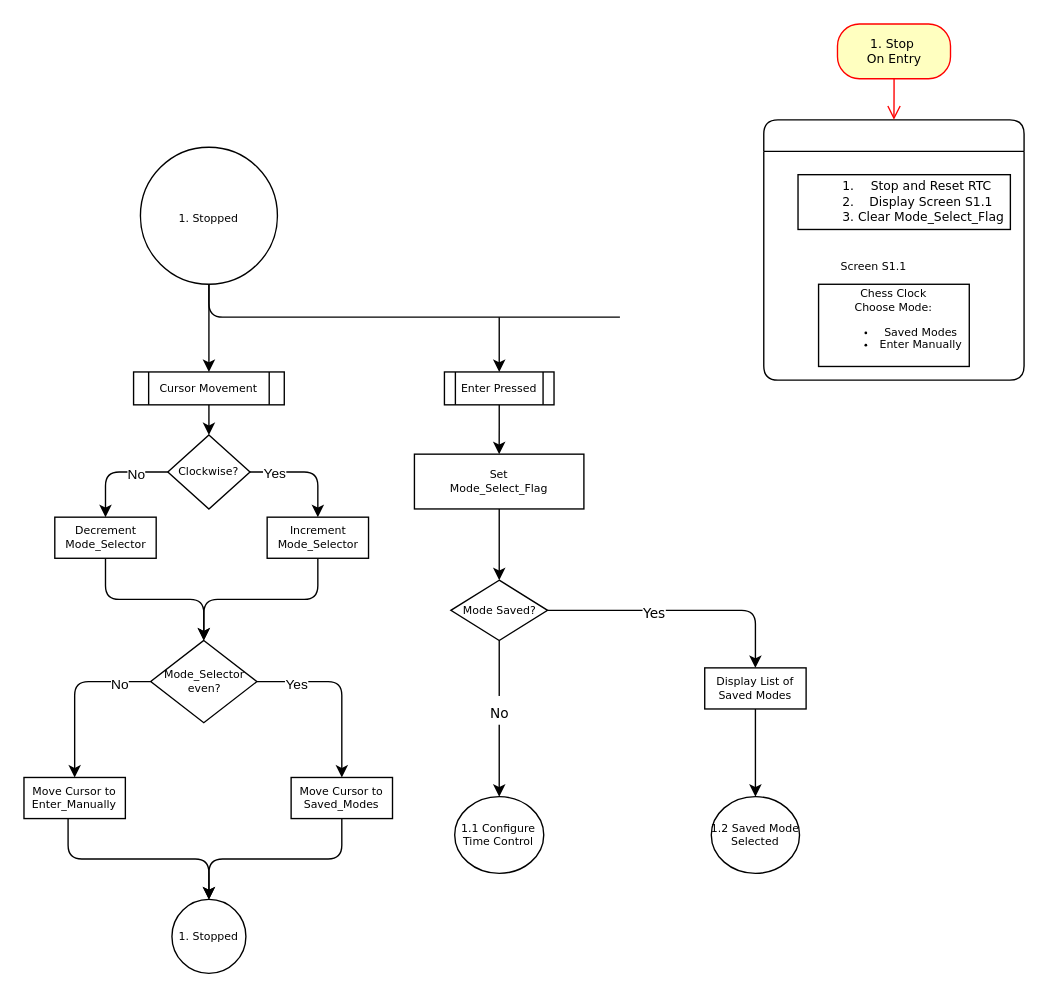
Above: page "1. Stopped" (2 of 6) of Chess Clock State Machine.drawio in Eleish98/Chess-Clock (draw.io), before the change. Source tidied: cells renumbered, new cells numbered last; positions are measured from the earlier drawing's top-left corner, leaving out a move shared by most shapes. Both pictures are drawn from the tidied source at 137%, with x=0, y=0 at pixel (23, 23).
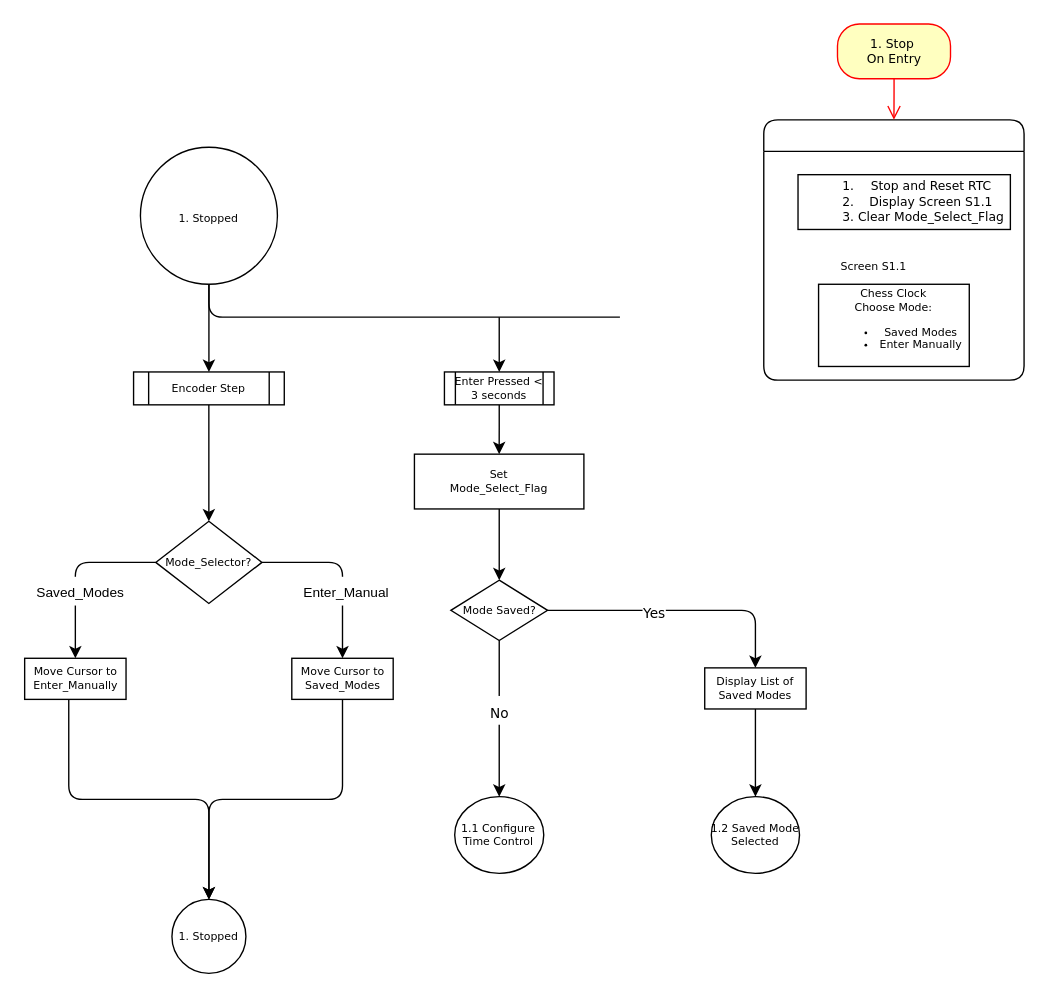
After the change.

The change refers to these unchanged cells:
```xml
<mxCell id="30" style="edgeStyle=orthogonalEdgeStyle;rounded=1;jettySize=auto;html=1;strokeWidth=1;entryX=0.5;entryY=0;entryDx=0;entryDy=0;" parent="1" edge="1" source="34" target="36">
  <mxGeometry relative="1" as="geometry" />
</mxCell>
<mxCell id="32" style="edgeStyle=orthogonalEdgeStyle;rounded=1;jettySize=auto;html=1;strokeWidth=1;entryX=0.5;entryY=0;entryDx=0;entryDy=0;" parent="1" edge="1" source="34" target="38">
  <mxGeometry relative="1" as="geometry" />
</mxCell>
```

Diff of the diagram source:
```diff
@@
-    <mxCell id="5" style="edgeStyle=orthogonalEdgeStyle;rounded=1;jettySize=auto;html=1;strokeWidth=1;" parent="1" edge="1" source="6" target="25">
+    <mxCell id="5" style="edgeStyle=orthogonalEdgeStyle;rounded=1;jettySize=auto;html=1;strokeWidth=1;entryX=0.5;entryY=0;entryDx=0;entryDy=0;" parent="1" edge="1" source="6" target="34">
       <mxGeometry relative="1" as="geometry" />
     </mxCell>
-    <mxCell id="6" value="&lt;font style=&quot;font-size: 8px&quot;&gt;Cursor Movement&lt;/font&gt;" style="shape=process;whiteSpace=wrap;html=1;backgroundOutline=1;fontFamily=Verdana;fontSize=8;rounded=0;spacing=0;" parent="1" vertex="1">
+    <mxCell id="6" value="&lt;font style=&quot;font-size: 8px&quot;&gt;Encoder Step&lt;/font&gt;" style="shape=process;whiteSpace=wrap;html=1;backgroundOutline=1;fontFamily=Verdana;fontSize=8;rounded=0;spacing=0;" parent="1" vertex="1">
       <mxGeometry x="80" y="254" width="110" height="24" as="geometry" />
     </mxCell>
@@
-    <mxCell id="8" value="&lt;font style=&quot;font-size: 8px&quot;&gt;Enter Pressed&lt;/font&gt;" style="shape=process;whiteSpace=wrap;html=1;backgroundOutline=1;fontFamily=Verdana;fontSize=8;rounded=0;spacing=0;" parent="1" vertex="1">
+    <mxCell id="8" value="&lt;font style=&quot;font-size: 8px&quot;&gt;Enter Pressed &amp;lt; 3 seconds&lt;/font&gt;" style="shape=process;whiteSpace=wrap;html=1;backgroundOutline=1;fontFamily=Verdana;fontSize=8;rounded=0;spacing=0;" parent="1" vertex="1">
       <mxGeometry x="306.9" y="254" width="80" height="24" as="geometry" />
     </mxCell>
@@
-    <mxCell id="21" style="edgeStyle=orthogonalEdgeStyle;rounded=1;jettySize=auto;html=1;strokeWidth=1;exitX=0;exitY=0.5;exitDx=0;exitDy=0;" parent="1" edge="1" source="25" target="27">
-      <mxGeometry relative="1" as="geometry" />
-    </mxCell>
-    <mxCell id="22" value="&lt;font style=&quot;font-size: 10px&quot;&gt;No&lt;/font&gt;" style="edgeLabel;html=1;align=center;verticalAlign=middle;fontSize=17;" parent="21" vertex="1">
-      <mxGeometry x="-0.79" y="1" relative="1" as="geometry">
-        <mxPoint x="-16" y="-1" as="offset" />
-      </mxGeometry>
-    </mxCell>
-    <mxCell id="23" style="edgeStyle=orthogonalEdgeStyle;rounded=1;jettySize=auto;html=1;strokeWidth=1;exitX=1;exitY=0.5;exitDx=0;exitDy=0;" parent="1" edge="1" source="25" target="29">
-      <mxGeometry relative="1" as="geometry" />
-    </mxCell>
-    <mxCell id="24" value="&lt;font style=&quot;font-size: 10px&quot;&gt;Yes&lt;/font&gt;" style="edgeLabel;html=1;align=center;verticalAlign=middle;" parent="23" vertex="1">
-      <mxGeometry x="-0.42" y="3" relative="1" as="geometry">
-        <mxPoint x="-7" y="3" as="offset" />
-      </mxGeometry>
-    </mxCell>
-    <mxCell id="25" value="&lt;font style=&quot;font-size: 8px&quot;&gt;Clockwise?&lt;/font&gt;" style="rhombus;whiteSpace=wrap;html=1;fontSize=8;fontFamily=Verdana;rounded=0;spacing=0;" parent="1" vertex="1">
-      <mxGeometry x="105" y="300" width="60" height="54" as="geometry" />
-    </mxCell>
-    <mxCell id="26" style="edgeStyle=orthogonalEdgeStyle;rounded=1;jettySize=auto;html=1;entryX=0.5;entryY=0;entryDx=0;entryDy=0;strokeWidth=1;exitX=0.5;exitY=1;exitDx=0;exitDy=0;" parent="1" edge="1" source="27" target="34">
-      <mxGeometry relative="1" as="geometry">
-        <Array as="points">
-          <mxPoint x="60" y="420" />
-          <mxPoint x="131" y="420" />
-        </Array>
-      </mxGeometry>
-    </mxCell>
-    <mxCell id="27" value="&lt;span&gt;&lt;font style=&quot;font-size: 8px&quot;&gt;Decrement Mode_Selector&lt;/font&gt;&lt;/span&gt;" style="whiteSpace=wrap;html=1;fontSize=8;fontFamily=Verdana;rounded=0;spacing=0;" parent="1" vertex="1">
-      <mxGeometry x="22.5" y="360" width="74" height="30" as="geometry" />
-    </mxCell>
-    <mxCell id="28" style="edgeStyle=orthogonalEdgeStyle;rounded=1;jettySize=auto;html=1;strokeWidth=1;exitX=0.5;exitY=1;exitDx=0;exitDy=0;entryX=0.5;entryY=0;entryDx=0;entryDy=0;" parent="1" edge="1" source="29" target="34">
-      <mxGeometry relative="1" as="geometry">
-        <Array as="points">
-          <mxPoint x="214" y="420" />
-          <mxPoint x="131" y="420" />
-        </Array>
-      </mxGeometry>
-    </mxCell>
-    <mxCell id="29" value="&lt;span&gt;&lt;font style=&quot;font-size: 8px&quot;&gt;Increment Mode_Selector&lt;/font&gt;&lt;/span&gt;" style="whiteSpace=wrap;html=1;fontSize=8;fontFamily=Verdana;rounded=0;align=center;spacing=0;" parent="1" vertex="1">
-      <mxGeometry x="177.5" y="360" width="74" height="30" as="geometry" />
-    </mxCell>
@@
-    <mxCell id="31" value="&lt;font style=&quot;font-size: 10px&quot;&gt;No&lt;/font&gt;" style="edgeLabel;html=1;align=center;verticalAlign=middle;fontSize=17;" parent="30" vertex="1">
+    <mxCell id="31" value="&lt;font style=&quot;font-size: 10px&quot;&gt;Saved_Modes&lt;/font&gt;" style="edgeLabel;html=1;align=center;verticalAlign=middle;fontSize=17;" parent="30" vertex="1">
       <mxGeometry x="-0.63" y="-3" relative="1" as="geometry">
-        <mxPoint y="3" as="offset" />
+        <mxPoint x="-32" y="23" as="offset" />
       </mxGeometry>
     </mxCell>
@@
-    <mxCell id="33" value="&lt;font style=&quot;font-size: 10px&quot;&gt;Yes&lt;/font&gt;" style="edgeLabel;html=1;align=center;verticalAlign=middle;fontSize=17;" parent="32" vertex="1">
+    <mxCell id="33" value="&lt;font style=&quot;font-size: 10px&quot;&gt;Enter_Manual&lt;/font&gt;" style="edgeLabel;html=1;align=center;verticalAlign=middle;fontSize=17;" parent="32" vertex="1">
       <mxGeometry x="-0.2" relative="1" as="geometry">
-        <mxPoint x="-25" as="offset" />
+        <mxPoint x="9" y="20" as="offset" />
       </mxGeometry>
     </mxCell>
-    <mxCell id="34" value="&lt;font style=&quot;font-size: 8px&quot;&gt;Mode_Selector even?&lt;/font&gt;" style="rhombus;whiteSpace=wrap;html=1;fontSize=8;fontFamily=Verdana;rounded=0;spacing=0;" parent="1" vertex="1">
-      <mxGeometry x="92.5" y="450" width="77.5" height="60" as="geometry" />
+    <mxCell id="34" value="&lt;font style=&quot;font-size: 8px&quot;&gt;Mode_Selector?&lt;/font&gt;" style="rhombus;whiteSpace=wrap;html=1;fontSize=8;fontFamily=Verdana;rounded=0;spacing=0;" parent="1" vertex="1">
+      <mxGeometry x="96.2" y="363" width="77.5" height="60" as="geometry" />
     </mxCell>
@@
     <mxCell id="36" value="&lt;font style=&quot;font-size: 8px&quot;&gt;Move Cursor to&lt;br&gt;Enter_Manually&lt;/font&gt;" style="whiteSpace=wrap;html=1;fontSize=8;fontFamily=Verdana;rounded=0;spacing=0;" parent="1" vertex="1">
-      <mxGeometry y="550" width="74" height="30" as="geometry" />
+      <mxGeometry x="0.5" y="463" width="74" height="30" as="geometry" />
     </mxCell>
@@
     <mxCell id="38" value="&lt;font style=&quot;font-size: 8px&quot;&gt;Move Cursor to Saved_Modes&lt;/font&gt;" style="whiteSpace=wrap;html=1;fontSize=8;fontFamily=Verdana;rounded=0;spacing=0;" parent="1" vertex="1">
-      <mxGeometry x="195" y="550" width="74" height="30" as="geometry" />
+      <mxGeometry x="195.5" y="463" width="74" height="30" as="geometry" />
     </mxCell>
```
